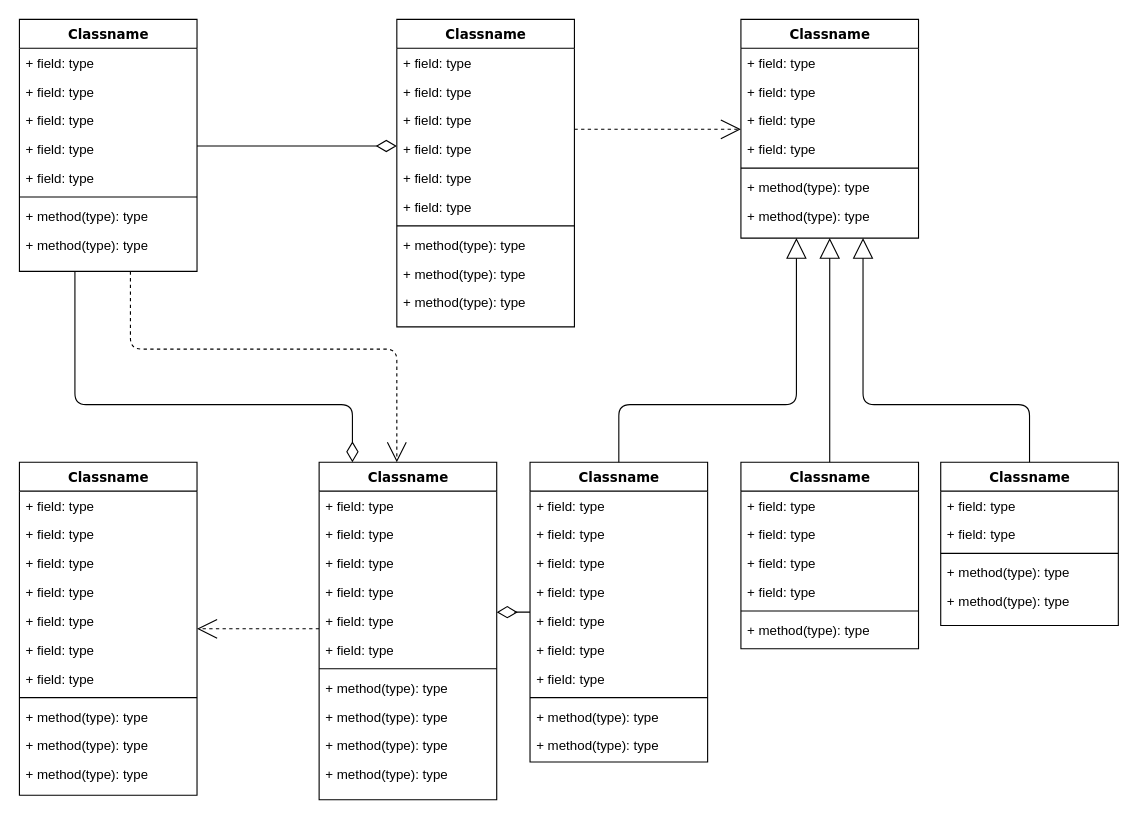
mattertome/commanframework keeps this draw.io diagram as 开发基础结构.drawio. Above is the earlier version. Source tidied: cells renumbered, new cells numbered last; positions are measured from the earlier drawing's top-left corner, leaving out a move shared by most shapes. Both pictures are drawn from the tidied source at 111%, with x=0, y=0 at pixel (19, 19).
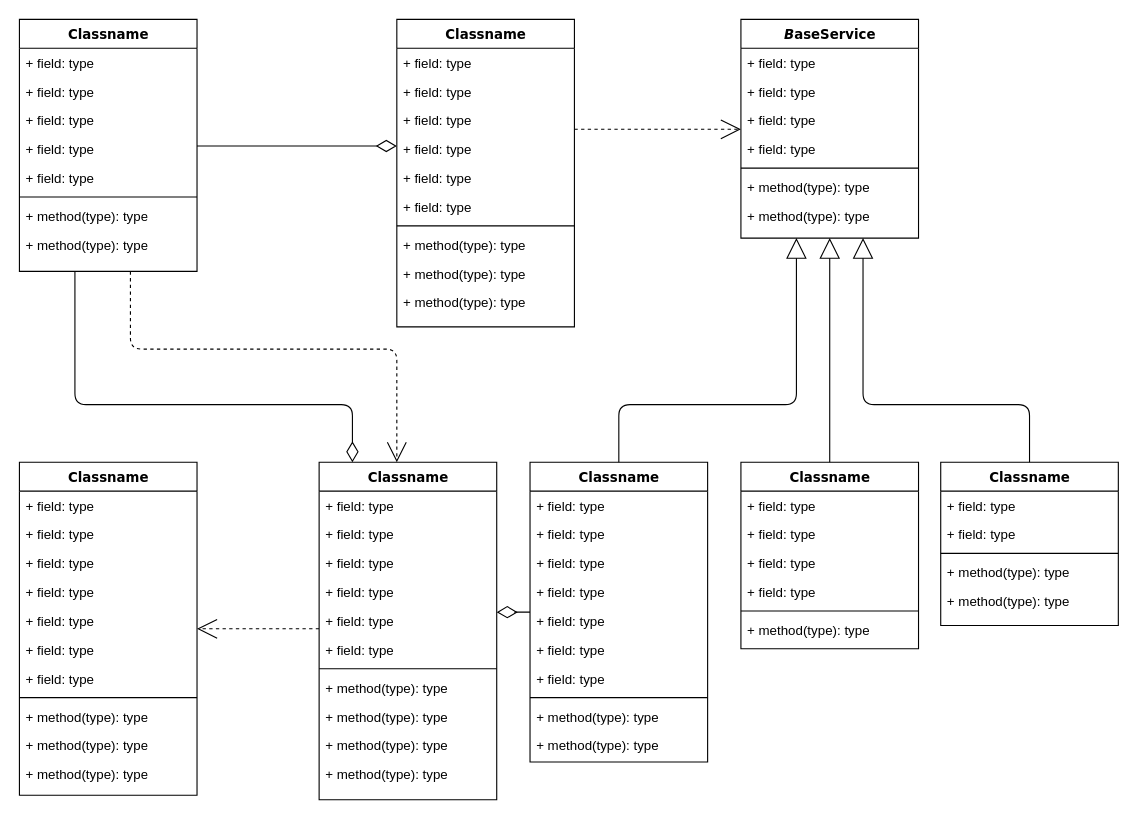
Above is the later version.

Commit message (it also covers changes not shown here):
更新开发基础结构.drawio

The edit, as a diff of the source:
```diff
@@
-    <mxCell id="25" value="Classname" style="swimlane;html=1;fontStyle=1;align=center;verticalAlign=top;horizontal=1;startSize=26;swimlaneFillColor=#ffffff;rounded=0;shadow=0;comic=0;labelBackgroundColor=none;strokeWidth=1;fillColor=none;fontFamily=Verdana;fontSize=12;" parent="1" vertex="1">
+    <mxCell id="25" value="&lt;i&gt;B&lt;/i&gt;aseService" style="swimlane;html=1;fontStyle=1;align=center;verticalAlign=top;horizontal=1;startSize=26;swimlaneFillColor=#ffffff;rounded=0;shadow=0;comic=0;labelBackgroundColor=none;strokeWidth=1;fillColor=none;fontFamily=Verdana;fontSize=12;" parent="1" vertex="1">
       <mxGeometry x="650" width="160" height="197" as="geometry" />
     </mxCell>
```
